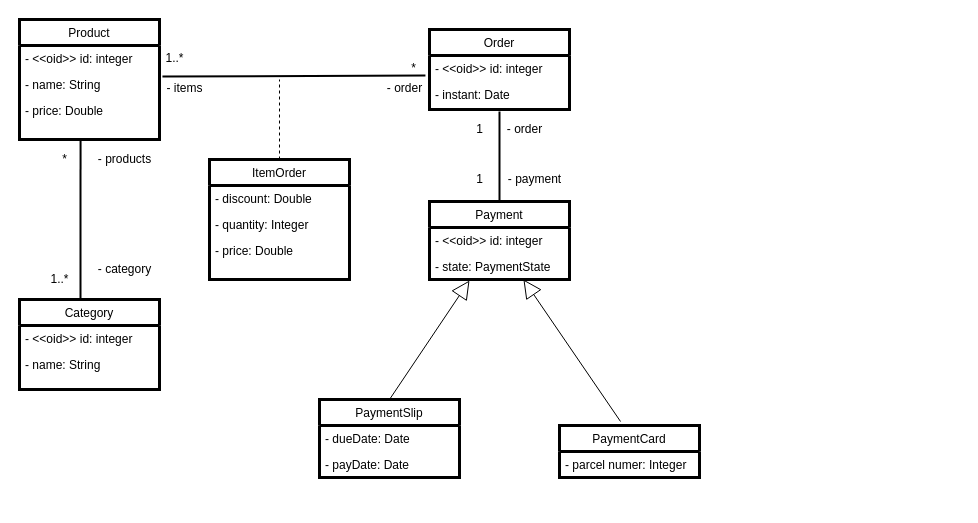
Relesi/class-diagram keeps this draw.io diagram as class-diagram-2.0.drawio. Above is the earlier version. Source tidied: cells renumbered, new cells numbered last; positions are measured from the earlier drawing's top-left corner, leaving out a move shared by most shapes. Both pictures are drawn from the tidied source at 100%, with x=0, y=0 at pixel (19, 19).
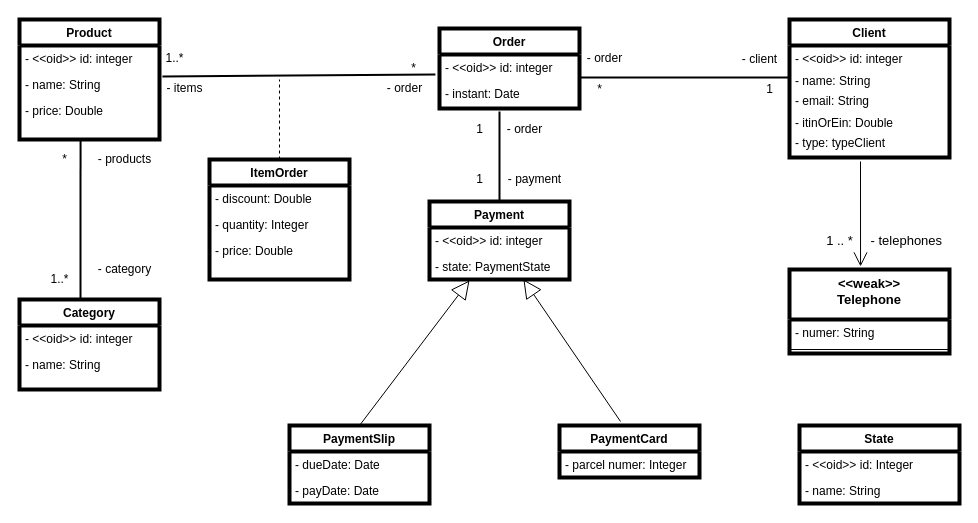
Above is the later version.

Commit message:
impl client

Change to the diagram source:
```diff
@@
-    <mxCell id="2" value="Product" style="swimlane;fontStyle=0;horizontal=1;startSize=26;fillColor=none;strokeWidth=3;" parent="1" vertex="1">
+    <mxCell id="2" value="Product" style="swimlane;fontStyle=1;horizontal=1;startSize=26;fillColor=none;strokeWidth=4;" parent="1" vertex="1">
       <mxGeometry width="140" height="120" as="geometry" />
     </mxCell>
@@
-    <mxCell id="6" value="Category" style="swimlane;fontStyle=0;horizontal=1;startSize=26;fillColor=none;strokeWidth=3;" parent="1" vertex="1">
+    <mxCell id="6" value="Category" style="swimlane;fontStyle=1;horizontal=1;startSize=26;fillColor=none;strokeWidth=4;" parent="1" vertex="1">
       <mxGeometry y="280" width="140" height="90" as="geometry" />
     </mxCell>
@@
-    <mxCell id="14" value="ItemOrder" style="swimlane;fontStyle=0;horizontal=1;startSize=26;fillColor=none;strokeWidth=3;" parent="1" vertex="1">
+    <mxCell id="14" value="ItemOrder" style="swimlane;fontStyle=1;horizontal=1;startSize=26;fillColor=none;strokeWidth=4;" parent="1" vertex="1">
       <mxGeometry x="190" y="140" width="140" height="120" as="geometry" />
     </mxCell>
@@
-    <mxCell id="18" value="Order" style="swimlane;fontStyle=0;horizontal=1;startSize=26;fillColor=none;strokeWidth=3;" parent="1" vertex="1">
-      <mxGeometry x="410" y="10" width="140" height="80" as="geometry" />
+    <mxCell id="18" value="Order" style="swimlane;fontStyle=1;horizontal=1;startSize=26;fillColor=none;strokeWidth=4;" parent="1" vertex="1">
+      <mxGeometry x="420" y="9" width="140" height="80" as="geometry" />
     </mxCell>
@@
-    <mxCell id="27" value="Payment" style="swimlane;fontStyle=0;horizontal=1;startSize=26;fillColor=none;strokeWidth=3;" parent="1" vertex="1">
+    <mxCell id="27" value="Payment" style="swimlane;fontStyle=1;horizontal=1;startSize=26;fillColor=none;strokeWidth=4;" parent="1" vertex="1">
       <mxGeometry x="410" y="182" width="140" height="78" as="geometry" />
     </mxCell>
@@
-    <mxCell id="30" value="PaymentSlip" style="swimlane;fontStyle=0;horizontal=1;startSize=26;fillColor=none;strokeWidth=3;" parent="1" vertex="1">
-      <mxGeometry x="300" y="380" width="140" height="78" as="geometry" />
+    <mxCell id="30" value="PaymentSlip" style="swimlane;fontStyle=1;horizontal=1;startSize=26;fillColor=none;strokeWidth=4;" parent="1" vertex="1">
+      <mxGeometry x="270" y="406" width="140" height="78" as="geometry" />
     </mxCell>
@@
-    <mxCell id="33" value="PaymentCard" style="swimlane;fontStyle=0;horizontal=1;startSize=26;fillColor=none;strokeWidth=3;" parent="1" vertex="1">
+    <mxCell id="33" value="PaymentCard" style="swimlane;fontStyle=1;horizontal=1;startSize=26;fillColor=none;strokeWidth=4;" parent="1" vertex="1">
       <mxGeometry x="540" y="406" width="140" height="52" as="geometry" />
     </mxCell>
@@
+    <mxCell id="42" value="Client" style="swimlane;fontStyle=1;horizontal=1;startSize=26;fillColor=none;strokeWidth=4;" parent="1" vertex="1">
+      <mxGeometry x="770" width="160" height="138" as="geometry" />
+    </mxCell>
+    <mxCell id="43" value="- &lt;&lt;oid&gt;&gt; id: integer" style="text;strokeColor=none;fillColor=none;align=left;verticalAlign=top;spacingLeft=4;spacingRight=4;overflow=hidden;" parent="42" vertex="1">
+      <mxGeometry y="26" width="160" height="22" as="geometry" />
+    </mxCell>
+    <mxCell id="44" value="- name: String " style="text;strokeColor=none;fillColor=none;align=left;verticalAlign=top;spacingLeft=4;spacingRight=4;overflow=hidden;points=[[0,0.5],[1,0.5]];portConstraint=eastwest;" parent="42" vertex="1">
+      <mxGeometry y="48" width="160" height="20" as="geometry" />
+    </mxCell>
+    <mxCell id="45" value="- email: String" style="text;align=left;verticalAlign=top;spacingLeft=4;spacingRight=4;overflow=hidden;" parent="42" vertex="1">
+      <mxGeometry y="68" width="160" height="22" as="geometry" />
+    </mxCell>
+    <mxCell id="46" value="- itinOrEin: Double" style="text;align=left;verticalAlign=top;spacingLeft=4;spacingRight=4;overflow=hidden;" parent="42" vertex="1">
+      <mxGeometry y="90" width="160" height="20" as="geometry" />
+    </mxCell>
+    <mxCell id="47" value="- type: typeClient" style="text;align=left;verticalAlign=top;spacingLeft=4;spacingRight=4;overflow=hidden;" parent="42" vertex="1">
+      <mxGeometry y="110" width="160" height="28" as="geometry" />
+    </mxCell>
+    <mxCell id="48" style="endArrow=none;html=1;entryX=0;entryY=0.5;entryDx=0;entryDy=0;strokeWidth=2;" parent="1" edge="1" target="44">
+      <mxGeometry relative="1" as="geometry">
+        <mxPoint x="560" y="58" as="sourcePoint" />
+      </mxGeometry>
+    </mxCell>
+    <mxCell id="49" value="- order" style="text;html=1;align=center;verticalAlign=middle;strokeColor=none;" parent="1" vertex="1">
+      <mxGeometry x="560" y="29" width="50" height="20" as="geometry" />
+    </mxCell>
+    <mxCell id="50" value="*" style="text;html=1;align=center;verticalAlign=middle;strokeColor=none;" parent="1" vertex="1">
+      <mxGeometry x="570" y="60" width="20" height="20" as="geometry" />
+    </mxCell>
+    <mxCell id="51" value="- client" style="text;html=1;align=center;verticalAlign=middle;strokeColor=none;" parent="1" vertex="1">
+      <mxGeometry x="715" y="30" width="50" height="20" as="geometry" />
+    </mxCell>
+    <mxCell id="52" value="1" style="text;html=1;align=center;verticalAlign=middle;strokeColor=none;" parent="1" vertex="1">
+      <mxGeometry x="740" y="60" width="20" height="20" as="geometry" />
+    </mxCell>
+    <mxCell id="53" value="&lt;&lt;weak&gt;&gt;&#10;Telephone" style="swimlane;fontStyle=1;align=center;verticalAlign=top;horizontal=1;startSize=50;rounded=0;shadow=0;glass=0;sketch=0;fontSize=13;strokeWidth=4;" parent="1" vertex="1">
+      <mxGeometry x="770" y="250" width="160" height="84" as="geometry" />
+    </mxCell>
+    <mxCell id="54" value="- numer: String" style="text;strokeColor=none;fillColor=none;align=left;verticalAlign=top;spacingLeft=4;spacingRight=4;overflow=hidden;" parent="53" vertex="1">
+      <mxGeometry y="50" width="160" height="26" as="geometry" />
+    </mxCell>
+    <mxCell id="55" style="line;strokeWidth=1;fillColor=none;align=left;verticalAlign=middle;spacingTop=-1;spacingLeft=3;spacingRight=3;labelPosition=right;" parent="53" vertex="1">
+      <mxGeometry y="76" width="160" height="8" as="geometry" />
+    </mxCell>
+    <mxCell id="56" value="State" style="swimlane;fontStyle=1;horizontal=1;startSize=26;fillColor=none;strokeWidth=4;" parent="1" vertex="1">
+      <mxGeometry x="780" y="406" width="160" height="78" as="geometry" />
+    </mxCell>
+    <mxCell id="57" value="- &lt;&lt;oid&gt;&gt; id: Integer" style="text;strokeColor=none;fillColor=none;align=left;verticalAlign=top;spacingLeft=4;spacingRight=4;overflow=hidden;" parent="56" vertex="1">
+      <mxGeometry y="26" width="160" height="26" as="geometry" />
+    </mxCell>
+    <mxCell id="58" value="- name: String" style="text;strokeColor=none;fillColor=none;align=left;verticalAlign=top;spacingLeft=4;spacingRight=4;overflow=hidden;" parent="56" vertex="1">
+      <mxGeometry y="52" width="160" height="26" as="geometry" />
+    </mxCell>
+    <mxCell id="59" style="endArrow=open;endFill=1;endSize=12;html=1;fontSize=13;entryX=0.444;entryY=-0.036;entryDx=0;entryDy=0;entryPerimeter=0;" parent="1" edge="1" target="53">
+      <mxGeometry relative="1" as="geometry">
+        <mxPoint x="841" y="142" as="sourcePoint" />
+      </mxGeometry>
+    </mxCell>
+    <mxCell id="60" value="1 .. *" style="text;html=1;align=center;verticalAlign=middle;strokeColor=none;fontSize=13;" parent="1" vertex="1">
+      <mxGeometry x="800" y="211" width="40" height="20" as="geometry" />
+    </mxCell>
+    <mxCell id="61" value="&amp;nbsp;- telephones" style="text;html=1;align=center;verticalAlign=middle;strokeColor=none;fontSize=13;" parent="1" vertex="1">
+      <mxGeometry x="840" y="211" width="90" height="20" as="geometry" />
+    </mxCell>
```
